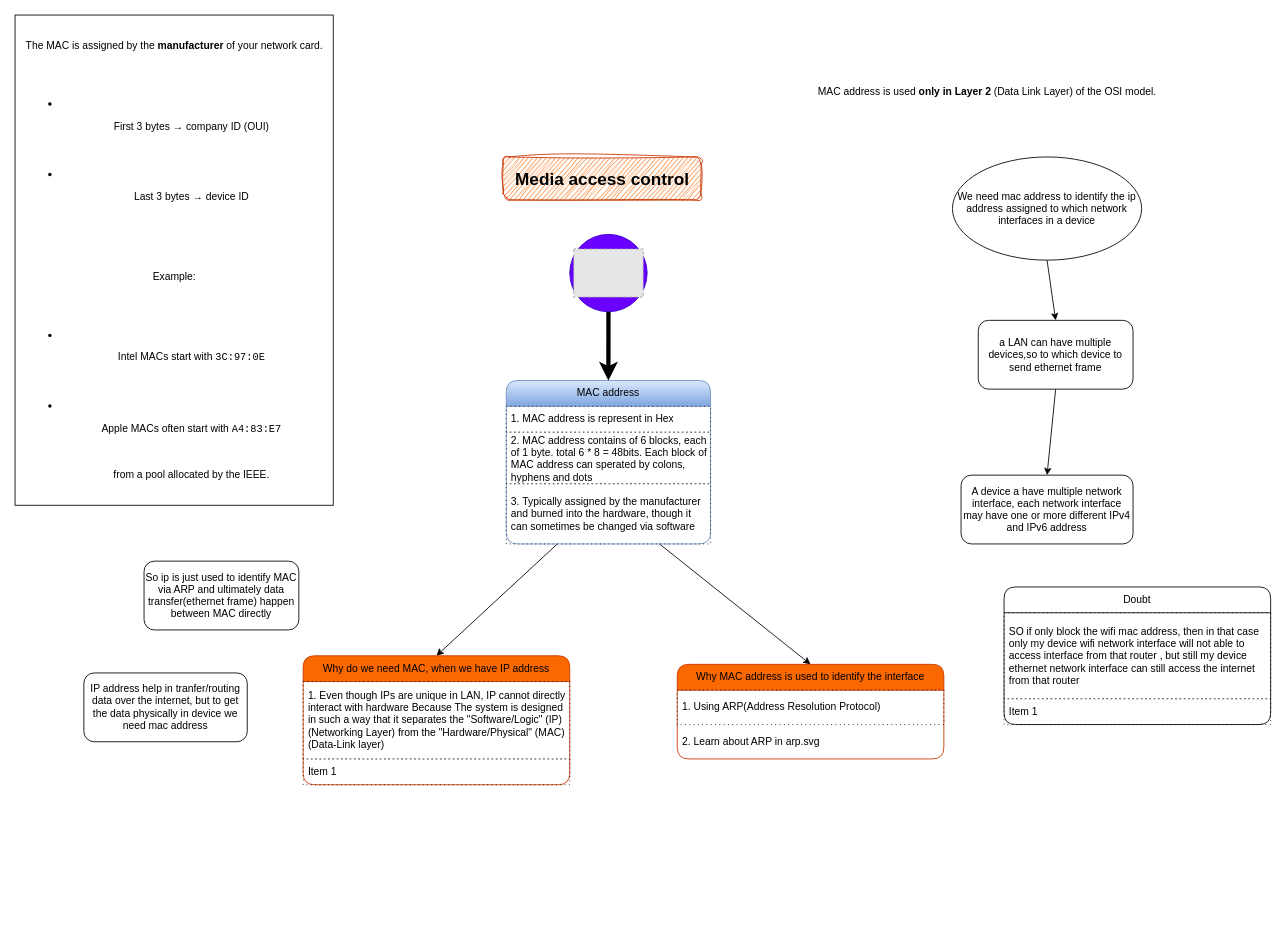
Before: computer-networking/media-access-control/mac.dio in knkrn5/Programming-Concepts, a draw.io diagram. Source tidied: cells renumbered, new cells numbered last; positions are measured from the earlier drawing's top-left corner, leaving out a move shared by most shapes. Both pictures are drawn from the tidied source at 86%, with x=0, y=0 at pixel (15, 15). Pictures stored in the file or linked from it are replaced by grey dashed boxes.
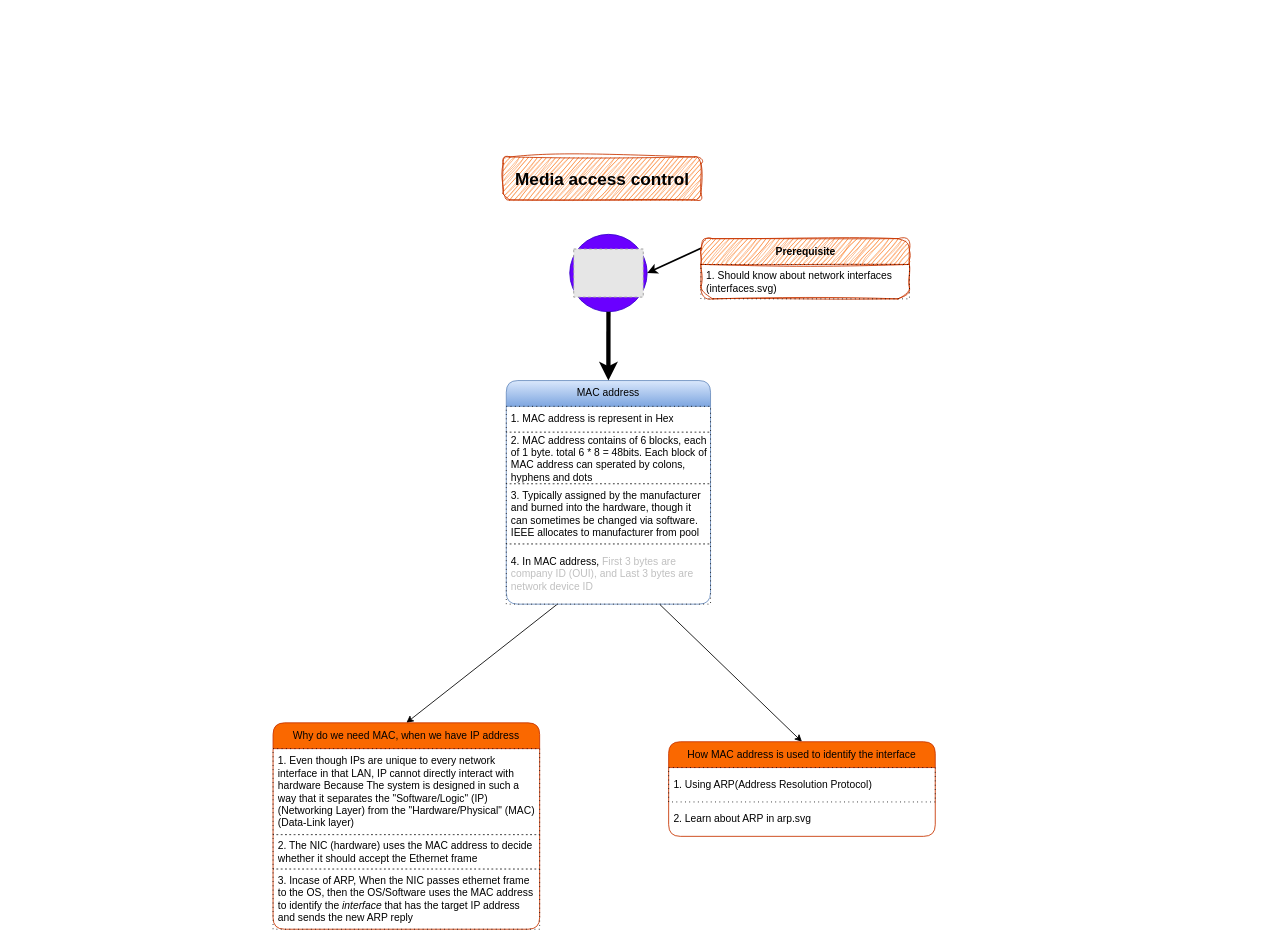
The same diagram, later.

Commit message (it also covers changes not shown here):
Add initial diagrams and SVG representation for computer networking ports

Change to the diagram source:
```diff
@@
-    <mxCell id="3" style="group;" parent="1" vertex="1">
-      <mxGeometry x="645" y="255" width="90" height="90" as="geometry" />
-    </mxCell>
+    <mxCell id="31" style="group;" parent="1" vertex="1">
+      <mxGeometry x="645" y="255" width="90" height="90" as="geometry" />
+    </mxCell>
-    <mxCell id="4" style="ellipse;whiteSpace=wrap;html=1;fillColor=#6a00ff;strokeColor=#3700CC;fontColor=#ffffff;" parent="3" vertex="1">
+    <mxCell id="4" style="ellipse;whiteSpace=wrap;html=1;fillColor=#6a00ff;strokeColor=#3700CC;fontColor=#ffffff;" parent="31" vertex="1">
       <mxGeometry width="90" height="90" as="geometry" />
     </mxCell>
-    <mxCell id="5" style="fillColor=#E6E6E6;strokeColor=#999999;dashed=1;verticalLabelPosition=bottom;labelBackgroundColor=default;verticalAlign=top;" parent="3" vertex="1">
+    <mxCell id="5" style="fillColor=#E6E6E6;strokeColor=#999999;dashed=1;verticalLabelPosition=bottom;labelBackgroundColor=default;verticalAlign=top;" parent="31" vertex="1">
       <mxGeometry x="4.6" y="17" width="80.9" height="56" as="geometry" />
     </mxCell>
-    <mxCell id="6" style="edgeStyle=none;html=1;exitX=0.5;exitY=1;exitDx=0;exitDy=0;entryX=0.5;entryY=0;entryDx=0;entryDy=0;" parent="1" edge="1" source="7" target="27">
-      <mxGeometry relative="1" as="geometry" />
-    </mxCell>
-    <mxCell id="7" value="We need mac address to identify the ip address assigned to which network interfaces in a device" style="ellipse;whiteSpace=wrap;html=1;" parent="1" vertex="1">
-      <mxGeometry x="1090" y="165" width="220" height="120" as="geometry" />
-    </mxCell>
-    <mxCell id="8" value="A device a have multiple network interface, each network interface may have one or more different IPv4 and IPv6 address" style="rounded=1;whiteSpace=wrap;html=1;" parent="1" vertex="1">
-      <mxGeometry x="1100" y="535" width="200" height="80" as="geometry" />
-    </mxCell>
-    <mxCell id="9" style="edgeStyle=none;html=1;exitX=0.25;exitY=1;exitDx=0;exitDy=0;entryX=0.5;entryY=0;entryDx=0;entryDy=0;" parent="1" edge="1" source="11" target="18">
+    <mxCell id="9" style="edgeStyle=none;html=1;exitX=0.25;exitY=1;exitDx=0;exitDy=0;entryX=0.5;entryY=0;entryDx=0;entryDy=0;flowAnimation=1;" parent="1" edge="1" source="11" target="18">
       <mxGeometry relative="1" as="geometry" />
     </mxCell>
-    <mxCell id="10" style="edgeStyle=none;html=1;exitX=0.75;exitY=1;exitDx=0;exitDy=0;entryX=0.5;entryY=0;entryDx=0;entryDy=0;" parent="1" edge="1" source="11" target="21">
-      <mxGeometry relative="1" as="geometry" />
-    </mxCell>
+    <mxCell id="32" style="edgeStyle=none;html=1;exitX=0.75;exitY=1;exitDx=0;exitDy=0;entryX=0.5;entryY=0;entryDx=0;entryDy=0;flowAnimation=1;" parent="1" edge="1" source="11" target="38">
+      <mxGeometry relative="1" as="geometry" />
+    </mxCell>
     <mxCell id="11" value="MAC address" style="swimlane;fontStyle=0;horizontal=1;startSize=30;whiteSpace=wrap;html=1;rounded=1;fillColor=#dae8fc;gradientColor=#7ea6e0;strokeColor=#6c8ebf;" parent="1" vertex="1">
-      <mxGeometry x="571.2" y="425" width="237.5" height="190" as="geometry" />
+      <mxGeometry x="571.2" y="425" width="237.5" height="260" as="geometry" />
     </mxCell>
@@
-    <mxCell id="14" value="3.&amp;nbsp;Typically assigned by the manufacturer and burned into the hardware, though it can sometimes be changed via software" style="text;strokeColor=default;fillColor=none;align=left;verticalAlign=middle;spacingLeft=4;spacingRight=4;overflow=hidden;whiteSpace=wrap;html=1;dashed=1;dashPattern=1 4;" parent="11" vertex="1">
-      <mxGeometry y="120" width="237.5" height="70" as="geometry" />
-    </mxCell>
-    <mxCell id="15" value="Doubt" style="swimlane;fontStyle=0;horizontal=1;startSize=30;whiteSpace=wrap;html=1;rounded=1;" parent="1" vertex="1">
-      <mxGeometry x="1150" y="665" width="310" height="160" as="geometry" />
-    </mxCell>
-    <mxCell id="16" value="SO if only block the wifi mac address, then in that case only my device wifi network interface will not able to access interface from that router , but still my device ethernet network interface can still access the internet from that router" style="text;strokeColor=default;fillColor=none;align=left;verticalAlign=middle;spacingLeft=4;spacingRight=4;overflow=hidden;whiteSpace=wrap;html=1;dashed=1;dashPattern=1 4;" parent="15" vertex="1">
-      <mxGeometry y="30" width="310" height="100" as="geometry" />
-    </mxCell>
-    <mxCell id="17" value="Item 1" style="text;strokeColor=default;fillColor=none;align=left;verticalAlign=middle;spacingLeft=4;spacingRight=4;overflow=hidden;whiteSpace=wrap;html=1;dashed=1;dashPattern=1 4;" parent="15" vertex="1">
-      <mxGeometry y="130" width="310" height="30" as="geometry" />
-    </mxCell>
+    <mxCell id="33" value="3.&amp;nbsp;Typically assigned by the manufacturer and burned into the hardware, though it can sometimes be changed via software.&lt;div&gt;&lt;font style=&quot;color: light-dark(rgb(0, 0, 0), rgb(255, 255, 255));&quot;&gt;IEEE allocates to manufacturer from pool&lt;/font&gt;&lt;/div&gt;" style="text;strokeColor=default;fillColor=none;align=left;verticalAlign=middle;spacingLeft=4;spacingRight=4;overflow=hidden;whiteSpace=wrap;html=1;dashed=1;dashPattern=1 4;" parent="11" vertex="1">
+      <mxGeometry y="120" width="237.5" height="70" as="geometry" />
+    </mxCell>
+    <mxCell id="34" value="4. In MAC address,&lt;span style=&quot;color: rgb(192, 192, 192); background-color: transparent;&quot;&gt;&amp;nbsp;&lt;/span&gt;&lt;font style=&quot;&quot;&gt;&lt;span style=&quot;background-color: transparent; text-wrap-mode: nowrap; text-align: center; color: rgb(192, 192, 192);&quot;&gt;&lt;font style=&quot;color: light-dark(rgb(192, 192, 192), rgb(255, 255, 255));&quot;&gt;First&lt;/font&gt;&lt;/span&gt;&lt;span style=&quot;color: rgb(192, 192, 192); background-color: transparent; text-wrap-mode: nowrap; text-align: center;&quot;&gt;&amp;nbsp;&lt;/span&gt;&lt;span style=&quot;text-align: center; text-wrap-mode: nowrap; background-color: transparent;&quot;&gt;&lt;font style=&quot;color: light-dark(rgb(192, 192, 192), rgb(255, 255, 255));&quot;&gt;3 bytes are&lt;/font&gt;&lt;/span&gt;&lt;/font&gt;&lt;div&gt;&lt;span style=&quot;text-align: center; text-wrap-mode: nowrap; color: rgb(192, 192, 192);&quot;&gt;&lt;font style=&quot;color: light-dark(rgb(192, 192, 192), rgb(255, 255, 255));&quot;&gt;company ID (OUI), and Last 3 bytes are&lt;/font&gt;&lt;/span&gt;&lt;span style=&quot;color: rgb(192, 192, 192); text-align: center; text-wrap-mode: nowrap;&quot;&gt;&amp;nbsp;&lt;/span&gt;&lt;/div&gt;&lt;div&gt;&lt;span style=&quot;text-align: center; text-wrap-mode: nowrap;&quot;&gt;&lt;font style=&quot;color: light-dark(rgb(192, 192, 192), rgb(255, 255, 255));&quot;&gt;network device ID&lt;/font&gt;&lt;/span&gt;&lt;/div&gt;" style="text;strokeColor=default;fillColor=none;align=left;verticalAlign=middle;spacingLeft=4;spacingRight=4;overflow=hidden;whiteSpace=wrap;html=1;dashed=1;dashPattern=1 4;" parent="11" vertex="1">
+      <mxGeometry y="190" width="237.5" height="70" as="geometry" />
+    </mxCell>
     <mxCell id="18" value="Why do we need MAC, when we have IP address" style="swimlane;fontStyle=0;horizontal=1;startSize=30;whiteSpace=wrap;html=1;rounded=1;fillColor=#fa6800;fontColor=#000000;strokeColor=#C73500;" parent="1" vertex="1">
-      <mxGeometry x="335" y="745" width="310" height="150" as="geometry" />
+      <mxGeometry x="300" y="823" width="310" height="240" as="geometry" />
     </mxCell>
-    <mxCell id="19" value="1. Even though IPs are unique in LAN,&amp;nbsp;IP cannot directly interact with hardware Because The system is designed in such a way that it&amp;nbsp;separates the &quot;Software/Logic&quot; (IP)(Networking Layer) from the &quot;Hardware/Physical&quot; (MAC)(Data-Link layer)" style="text;strokeColor=default;fillColor=none;align=left;verticalAlign=middle;spacingLeft=4;spacingRight=4;overflow=hidden;whiteSpace=wrap;html=1;dashed=1;dashPattern=1 4;" parent="18" vertex="1">
-      <mxGeometry y="30" width="310" height="90" as="geometry" />
-    </mxCell>
-    <mxCell id="20" value="Item 1" style="text;strokeColor=default;fillColor=none;align=left;verticalAlign=middle;spacingLeft=4;spacingRight=4;overflow=hidden;whiteSpace=wrap;html=1;dashed=1;dashPattern=1 4;" parent="18" vertex="1">
-      <mxGeometry y="120" width="310" height="30" as="geometry" />
-    </mxCell>
-    <mxCell id="21" value="Why MAC address is used to identify the interface" style="swimlane;fontStyle=0;horizontal=1;startSize=30;whiteSpace=wrap;html=1;rounded=1;fillColor=#fa6800;fontColor=#000000;strokeColor=#C73500;" parent="1" vertex="1">
-      <mxGeometry x="770" y="755" width="310" height="110" as="geometry" />
-    </mxCell>
+    <mxCell id="35" value="1. Even though IPs are unique to every network interface in that LAN,&amp;nbsp;IP cannot directly interact with hardware Because The system is designed in such a way that it&amp;nbsp;separates the &quot;Software/Logic&quot; (IP)(Networking Layer) from the &quot;Hardware/Physical&quot; (MAC)(Data-Link layer)" style="text;strokeColor=default;fillColor=none;align=left;verticalAlign=middle;spacingLeft=4;spacingRight=4;overflow=hidden;whiteSpace=wrap;html=1;dashed=1;dashPattern=1 4;" parent="18" vertex="1">
+      <mxGeometry y="30" width="310" height="100" as="geometry" />
+    </mxCell>
+    <mxCell id="36" value="2. The NIC (hardware) uses the MAC address to decide whether it should accept the Ethernet frame" style="text;strokeColor=default;fillColor=none;align=left;verticalAlign=middle;spacingLeft=4;spacingRight=4;overflow=hidden;whiteSpace=wrap;html=1;dashed=1;dashPattern=1 4;" parent="18" vertex="1">
+      <mxGeometry y="130" width="310" height="40" as="geometry" />
+    </mxCell>
+    <mxCell id="37" value="3. Incase of ARP, When the NIC passes ethernet frame to the OS, then the OS/Software uses the MAC address to identify the&amp;nbsp;&lt;em&gt;interface&lt;/em&gt; that has the target IP address and sends the new ARP reply" style="text;strokeColor=default;fillColor=none;align=left;verticalAlign=middle;spacingLeft=4;spacingRight=4;overflow=hidden;whiteSpace=wrap;html=1;dashed=1;dashPattern=1 4;" parent="18" vertex="1">
+      <mxGeometry y="170" width="310" height="70" as="geometry" />
+    </mxCell>
+    <mxCell id="38" value="How MAC address is used to identify the interface" style="swimlane;fontStyle=0;horizontal=1;startSize=30;whiteSpace=wrap;html=1;rounded=1;fillColor=#fa6800;fontColor=#000000;strokeColor=#C73500;" parent="1" vertex="1">
+      <mxGeometry x="760" y="845" width="310" height="110" as="geometry" />
+    </mxCell>
-    <mxCell id="22" value="1. Using ARP(Address Resolution Protocol)" style="text;strokeColor=default;fillColor=none;align=left;verticalAlign=middle;spacingLeft=4;spacingRight=4;overflow=hidden;whiteSpace=wrap;html=1;dashed=1;dashPattern=1 4;" parent="21" vertex="1">
+    <mxCell id="22" value="1. Using ARP(Address Resolution Protocol)" style="text;strokeColor=default;fillColor=none;align=left;verticalAlign=middle;spacingLeft=4;spacingRight=4;overflow=hidden;whiteSpace=wrap;html=1;dashed=1;dashPattern=1 4;" parent="38" vertex="1">
       <mxGeometry y="30" width="310" height="40" as="geometry" />
     </mxCell>
-    <mxCell id="23" value="&lt;span style=&quot;background-color: light-dark(rgb(255, 255, 255), rgb(51, 0, 26));&quot;&gt;2. Learn about ARP in arp.svg&lt;/span&gt;" style="text;align=left;verticalAlign=middle;spacingLeft=4;spacingRight=4;overflow=hidden;whiteSpace=wrap;html=1;dashed=1;dashPattern=1 4;shadow=0;" parent="21" vertex="1">
+    <mxCell id="23" value="&lt;span&gt;2. Learn about ARP in &lt;span style=&quot;background-color: light-dark(rgb(255, 255, 255), rgb(76, 0, 153));&quot;&gt;arp.svg&lt;/span&gt;&lt;/span&gt;" style="text;align=left;verticalAlign=middle;spacingLeft=4;spacingRight=4;overflow=hidden;whiteSpace=wrap;html=1;dashed=1;dashPattern=1 4;shadow=0;" parent="38" vertex="1">
       <mxGeometry y="70" width="310" height="40" as="geometry" />
     </mxCell>
+    <mxCell id="39" style="edgeStyle=none;html=1;exitX=0.003;exitY=0.155;exitDx=0;exitDy=0;entryX=1;entryY=0.5;entryDx=0;entryDy=0;exitPerimeter=0;strokeWidth=2;flowAnimation=1;" parent="1" edge="1" source="40" target="4">
+      <mxGeometry relative="1" as="geometry" />
+    </mxCell>
+    <mxCell id="40" value="&lt;b&gt;Prerequisite&lt;/b&gt;" style="swimlane;fontStyle=0;horizontal=1;startSize=30;whiteSpace=wrap;html=1;rounded=1;fillColor=#fa6800;fontColor=#000000;strokeColor=#C73500;sketch=1;curveFitting=1;jiggle=2;swimlaneLine=1;" parent="1" vertex="1">
+      <mxGeometry x="797.5" y="260" width="242.5" height="70" as="geometry" />
+    </mxCell>
+    <mxCell id="41" value="1. Should know about network interfaces (&lt;span style=&quot;background-color: light-dark(rgb(255, 255, 255), rgb(76, 0, 153));&quot;&gt;interfaces.svg&lt;/span&gt;)" style="text;strokeColor=default;fillColor=none;align=left;verticalAlign=middle;spacingLeft=4;spacingRight=4;overflow=hidden;whiteSpace=wrap;html=1;dashed=1;dashPattern=1 4;" parent="40" vertex="1">
+      <mxGeometry y="30" width="242.5" height="40" as="geometry" />
+    </mxCell>
@@
-    <mxCell id="25" value="MAC address is used &lt;strong&gt;only in Layer 2&lt;/strong&gt; (Data Link Layer) of the OSI model." style="text;html=1;align=center;verticalAlign=middle;strokeColor=none;fillColor=none;" parent="1" vertex="1">
-      <mxGeometry x="920" y="75" width="420" height="30" as="geometry" />
-    </mxCell>
-    <mxCell id="26" style="edgeStyle=none;html=1;exitX=0.5;exitY=1;exitDx=0;exitDy=0;entryX=0.5;entryY=0;entryDx=0;entryDy=0;" parent="1" edge="1" source="27" target="8">
-      <mxGeometry relative="1" as="geometry" />
-    </mxCell>
-    <mxCell id="27" value="a LAN can have multiple devices,so to which device to send ethernet frame" style="rounded=1;whiteSpace=wrap;html=1;" parent="1" vertex="1">
-      <mxGeometry x="1120" y="355" width="180" height="80" as="geometry" />
-    </mxCell>
-    <mxCell id="28" value="&lt;p&gt;The MAC is assigned by the &lt;strong&gt;manufacturer&lt;/strong&gt; of your network card.&lt;/p&gt;&lt;br&gt;&lt;ul&gt;&lt;br&gt;&lt;li&gt;&lt;br&gt;&lt;p&gt;First 3 bytes → company ID (OUI)&lt;/p&gt;&lt;br&gt;&lt;/li&gt;&lt;br&gt;&lt;li&gt;&lt;br&gt;&lt;p&gt;Last 3 bytes → device ID&lt;/p&gt;&lt;br&gt;&lt;/li&gt;&lt;br&gt;&lt;/ul&gt;&lt;br&gt;&lt;p&gt;Example:&lt;/p&gt;&lt;br&gt;&lt;ul&gt;&lt;br&gt;&lt;li&gt;&lt;br&gt;&lt;p&gt;Intel MACs start with &lt;code&gt;3C:97:0E&lt;/code&gt;&lt;/p&gt;&lt;br&gt;&lt;/li&gt;&lt;br&gt;&lt;li&gt;&lt;br&gt;&lt;p&gt;Apple MACs often start with &lt;code&gt;A4:83:E7&lt;/code&gt;&lt;/p&gt;&lt;br&gt;&lt;/li&gt;&lt;p style=&quot;white-space: pre-wrap;&quot; dir=&quot;auto&quot;&gt;from a pool allocated by the IEEE.&lt;/p&gt;&lt;/ul&gt;" style="text;html=1;align=center;verticalAlign=middle;strokeColor=default;fillColor=none;" parent="1" vertex="1">
-      <mxGeometry width="370" height="570" as="geometry" />
-    </mxCell>
-    <mxCell id="29" value="So ip is just used to identify MAC via ARP and ultimately data transfer(ethernet frame) happen between MAC directly" style="rounded=1;whiteSpace=wrap;html=1;" parent="1" vertex="1">
-      <mxGeometry x="150" y="635" width="180" height="80" as="geometry" />
-    </mxCell>
-    <mxCell id="30" value="IP address help in tranfer/routing data over the internet, but to get the data physically in device we need mac address" style="rounded=1;whiteSpace=wrap;html=1;" parent="1" vertex="1">
-      <mxGeometry x="80" y="765" width="190" height="80" as="geometry" />
-    </mxCell>
```
